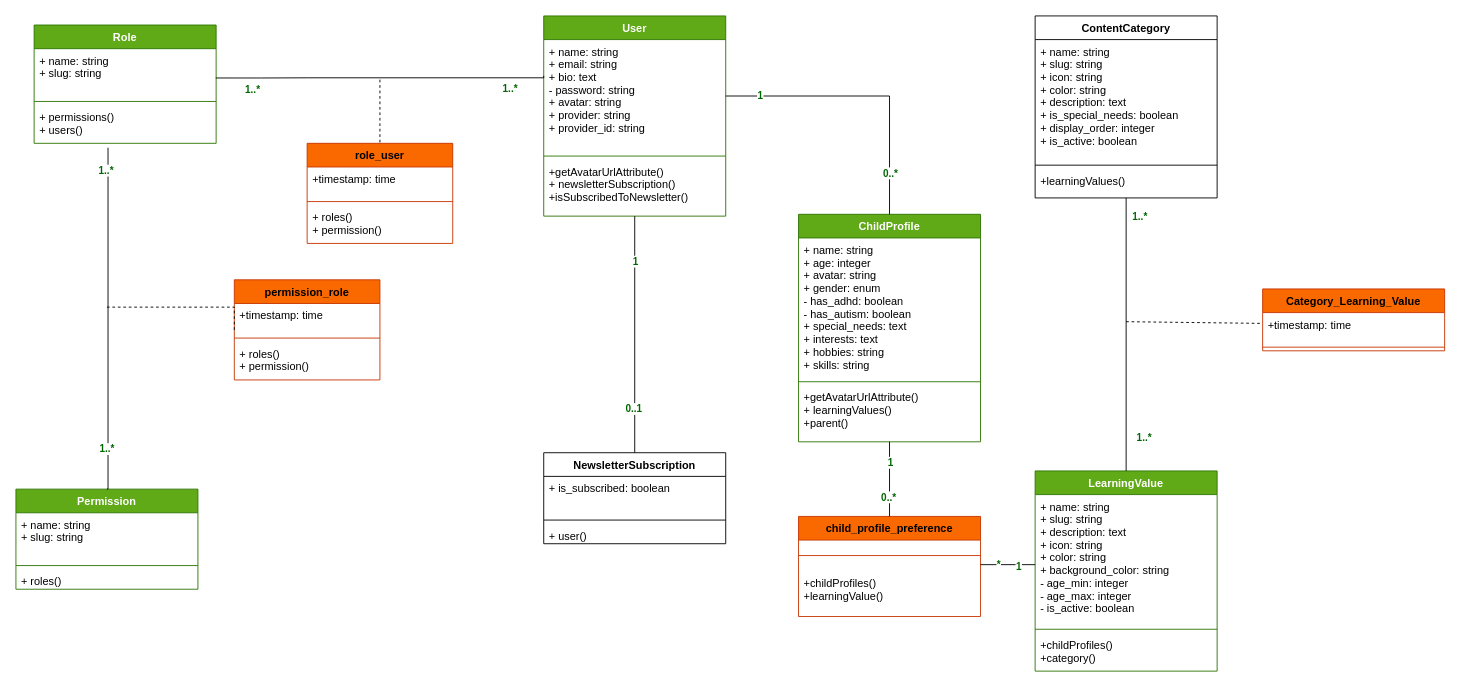
Before: page "Class Diagram" (1 of 2) of UML/class.drawio in ettaoussiilyas/KidsGuard, a draw.io diagram. Source tidied: cells renumbered, new cells numbered last; positions are measured from the earlier drawing's top-left corner, leaving out a move shared by most shapes. Both pictures are drawn from the tidied source at 91%, with x=0, y=0 at pixel (15, 15).
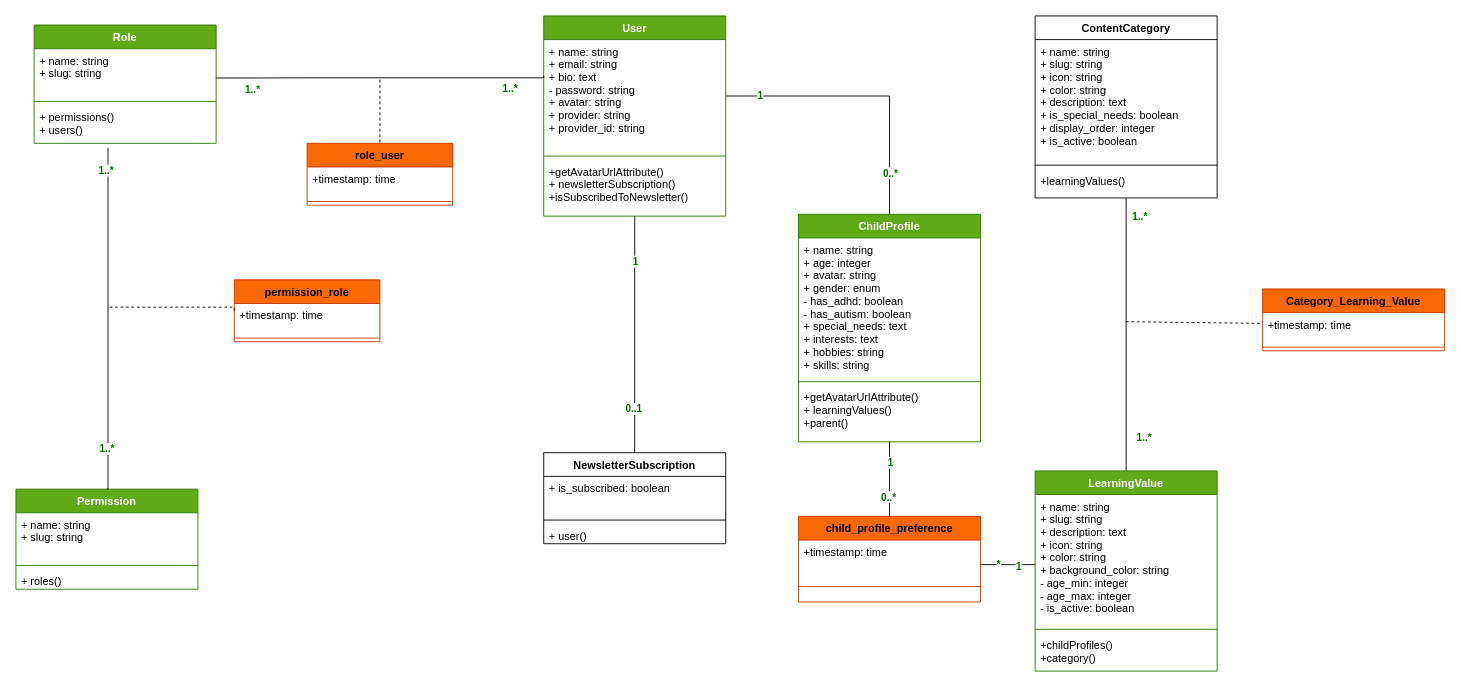
After the change.

Commit message (it also covers changes not shown here):
fixing some uml issues

The edit, as a diff of the source:
```diff
@@
     <mxCell id="30" value="role_user" style="swimlane;fontStyle=1;align=center;verticalAlign=top;horizontal=1;startSize=26;fillColor=#fa6800;strokeColor=#C73500;fontColor=#000000;" parent="1" vertex="1">
-      <mxGeometry x="320" y="140" width="160" height="110" as="geometry" />
+      <mxGeometry x="320" y="140" width="160" height="68" as="geometry" />
     </mxCell>
@@
-    <mxCell id="33" value="+ roles()&#10;+ permission()" style="text;strokeColor=none;fillColor=none;align=left;verticalAlign=top;spacingLeft=4;spacingRight=4;overflow=hidden;" parent="30" vertex="1">
-      <mxGeometry y="68" width="160" height="42" as="geometry" />
-    </mxCell>
     <mxCell id="34" value="permission_role" style="swimlane;fontStyle=1;align=center;verticalAlign=top;horizontal=1;startSize=26;fillColor=#fa6800;fontColor=#000000;strokeColor=#C73500;" parent="1" vertex="1">
-      <mxGeometry x="240" y="290" width="160" height="110" as="geometry" />
+      <mxGeometry x="240" y="290" width="160" height="68" as="geometry" />
     </mxCell>
@@
-    <mxCell id="37" value="+ roles()&#10;+ permission()" style="text;strokeColor=none;fillColor=none;align=left;verticalAlign=top;spacingLeft=4;spacingRight=4;overflow=hidden;" parent="34" vertex="1">
-      <mxGeometry y="68" width="160" height="42" as="geometry" />
-    </mxCell>
     <mxCell id="38" value="child_profile_preference" style="swimlane;fontStyle=1;align=center;verticalAlign=top;horizontal=1;startSize=26;fillColor=#fa6800;fontColor=#000000;strokeColor=#C73500;" parent="1" vertex="1">
-      <mxGeometry x="860" y="550" width="200" height="110" as="geometry" />
+      <mxGeometry x="860" y="550" width="200" height="94" as="geometry" />
     </mxCell>
+    <mxCell id="69" value="+timestamp: time" style="text;strokeColor=none;fillColor=none;align=left;verticalAlign=top;spacingLeft=4;spacingRight=4;overflow=hidden;" parent="38" vertex="1">
+      <mxGeometry y="26" width="200" height="34" as="geometry" />
+    </mxCell>
     <mxCell id="39" style="line;strokeWidth=1;fillColor=none;align=left;verticalAlign=middle;spacingTop=-1;spacingLeft=3;spacingRight=3;labelPosition=right;strokeColor=inherit;" parent="38" vertex="1">
-      <mxGeometry y="26" width="200" height="34" as="geometry" />
+      <mxGeometry y="60" width="200" height="34" as="geometry" />
     </mxCell>
-    <mxCell id="40" value="+childProfiles()&#10;+learningValue()&#10;" style="text;strokeColor=none;fillColor=none;align=left;verticalAlign=top;spacingLeft=4;spacingRight=4;overflow=hidden;" parent="38" vertex="1">
-      <mxGeometry y="60" width="200" height="50" as="geometry" />
-    </mxCell>
```
